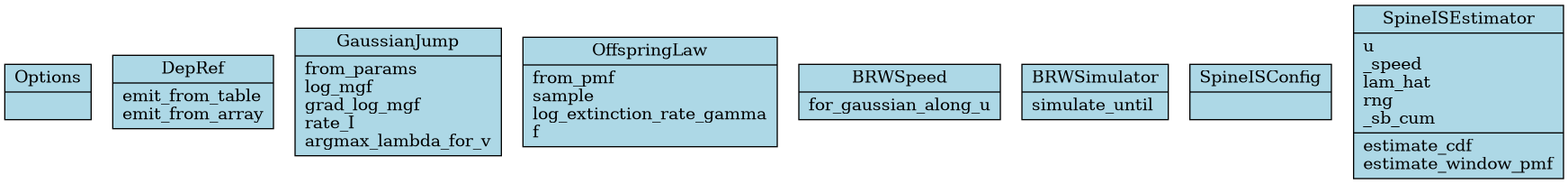
DiogoRibeiro7/brw-fpt keeps this Mermaid diagram as docs/architecture/class-diagram.png. Above is the earlier version. Its source is kept beside it as docs/architecture/class-diagram.mmd.
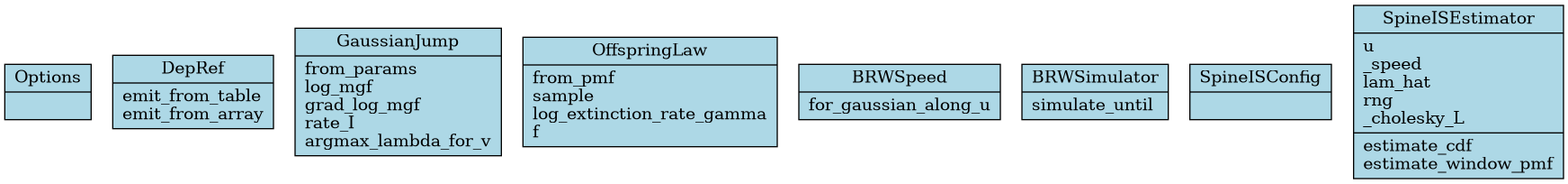
Later version of the same file.

Commit message:
docs: Update architecture diagrams [skip ci]

What changed in the source:
```diff
@@ -40,7 +40,7 @@
     +_speed
     +lam_hat
     +rng
-    +_sb_cum
+    +_cholesky_L
     +estimate_cdf()
     +estimate_window_pmf()
   }
```
